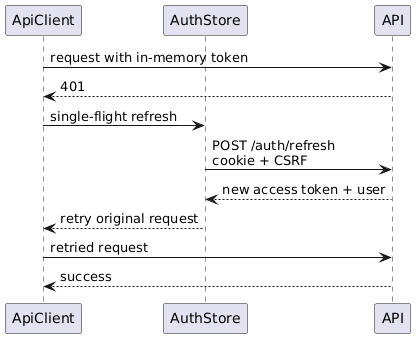
Before: docs/detailed-designs/diagrams/rendered/fe_seq_token_refresh.png, a diagram exported from PlantUML (QuinntyneBrown/LendQ).
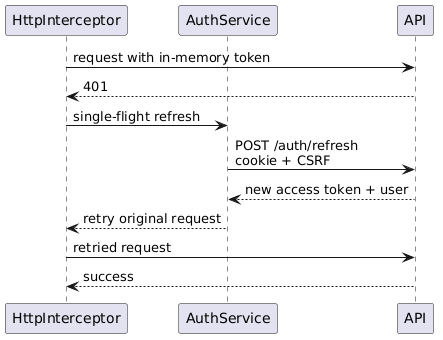
After the change.

What changed in the source:
```diff
@@ -1,14 +1,14 @@
 @startuml
-participant ApiClient
-participant AuthStore
+participant HttpInterceptor
+participant AuthService
 participant API
 
-ApiClient -> API : request with in-memory token
-API --> ApiClient : 401
-ApiClient -> AuthStore : single-flight refresh
-AuthStore -> API : POST /auth/refresh\ncookie + CSRF
-API --> AuthStore : new access token + user
-AuthStore --> ApiClient : retry original request
-ApiClient -> API : retried request
-API --> ApiClient : success
+HttpInterceptor -> API : request with in-memory token
+API --> HttpInterceptor : 401
+HttpInterceptor -> AuthService : single-flight refresh
+AuthService -> API : POST /auth/refresh\ncookie + CSRF
+API --> AuthService : new access token + user
+AuthService --> HttpInterceptor : retry original request
+HttpInterceptor -> API : retried request
+API --> HttpInterceptor : success
 @enduml
```
